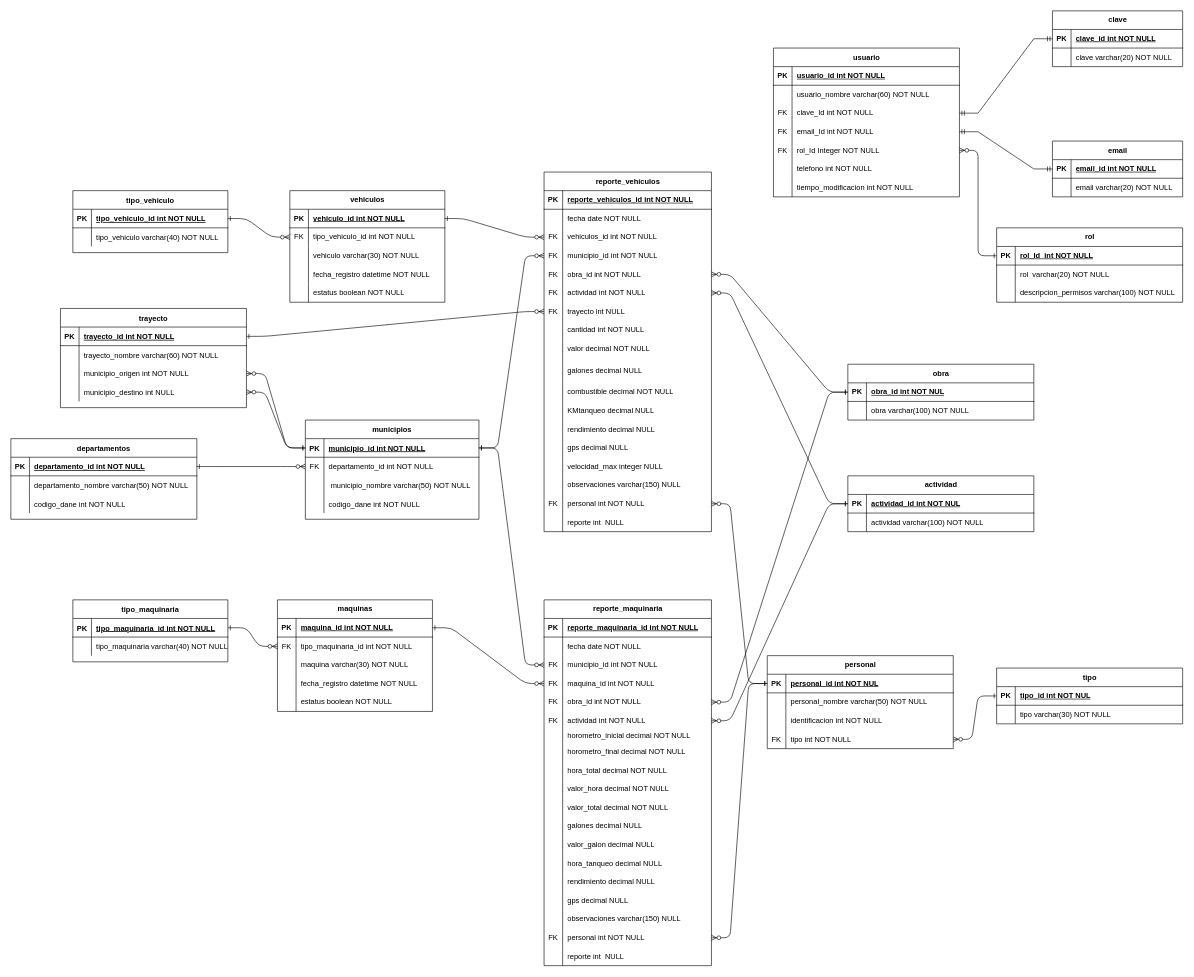
Earlier version of the draw.io diagram MER/gestionMaquinaria&Vehiculos.drawio (MasacradorM/Gestion-de-Maquinaria-y-Vehiculos). Source tidied: cells renumbered, new cells numbered last; positions are measured from the earlier drawing's top-left corner, leaving out a move shared by most shapes. Both pictures are drawn from the tidied source at 62%, with x=0, y=0 at pixel (11, 11).
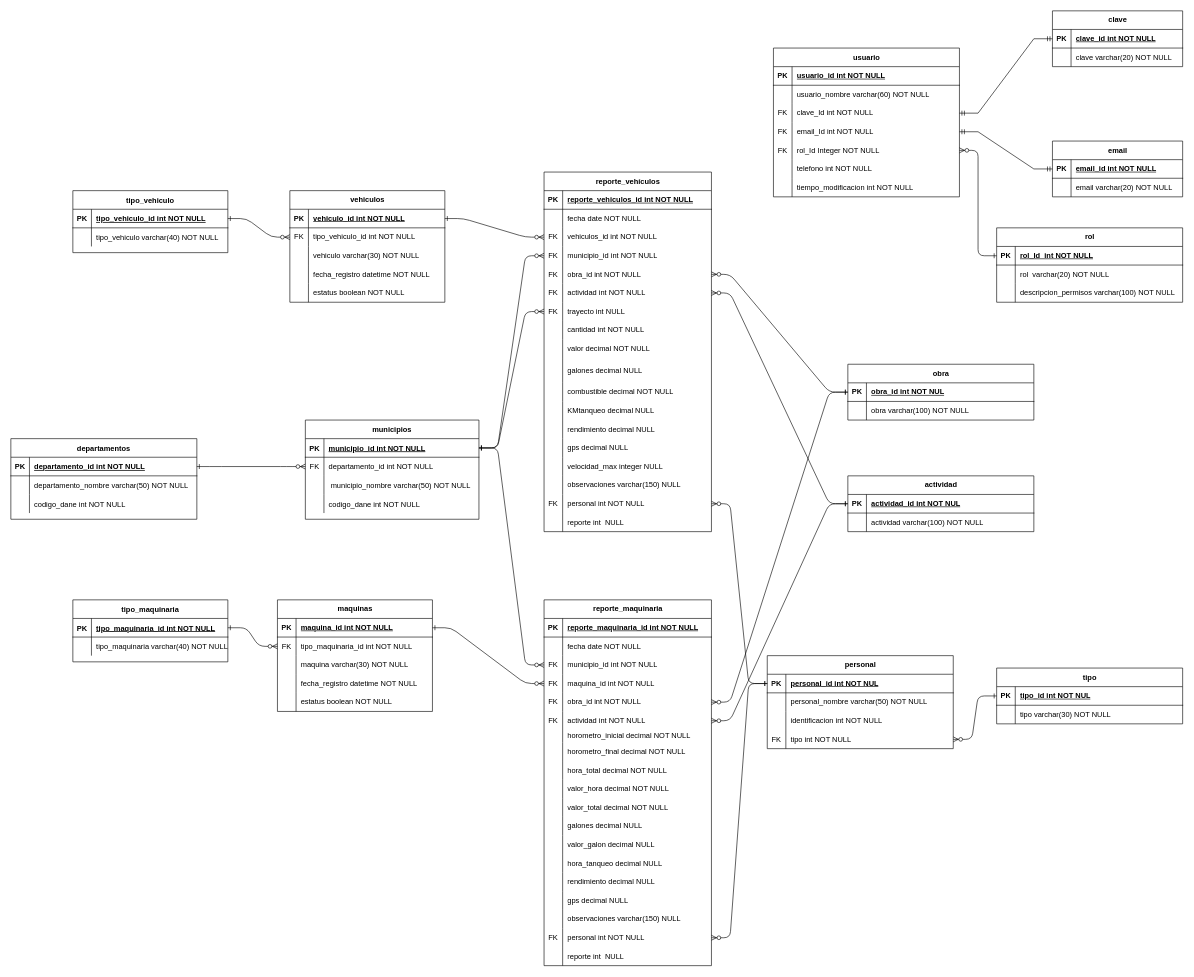
After the change.

Unchanged cells that the change refers to:
```xml
<mxCell id="5" style="shape=partialRectangle;fillColor=none;points=[[0,0.5],[1,0.5]];portConstraint=eastwest;top=0;left=0;right=0;bottom=1;" parent="4" vertex="1">
  <mxGeometry y="30" width="280" height="30" as="geometry" />
</mxCell>
<mxCell id="129" style="shape=tableRow;horizontal=0;startSize=0;swimlaneHead=0;swimlaneBody=0;fillColor=none;points=[[0,0.5],[1,0.5]];portConstraint=eastwest;top=0;left=0;right=0;bottom=0;" parent="110" vertex="1">
  <mxGeometry y="210" width="270" height="30" as="geometry" />
</mxCell>
```

The edit, as a diff of the source:
```diff
@@
-    <mxCell id="251" value="trayecto" style="shape=table;startSize=30;childLayout=tableLayout;rowLines=0;fontStyle=1;align=center;" parent="1" vertex="1">
-      <mxGeometry x="80" y="480" width="300" height="160" as="geometry" />
-    </mxCell>
-    <mxCell id="252" style="shape=partialRectangle;fillColor=none;points=[[0,0.5],[1,0.5]];portConstraint=eastwest;top=0;left=0;right=0;bottom=1;" parent="251" vertex="1">
-      <mxGeometry y="30" width="300" height="30" as="geometry" />
-    </mxCell>
-    <mxCell id="253" value="PK" style="shape=partialRectangle;overflow=hidden;fillColor=none;top=0;left=0;bottom=0;right=0;fontStyle=1;" parent="252" vertex="1">
-      <mxGeometry width="30" height="30" as="geometry" />
-    </mxCell>
-    <mxCell id="254" value="trayecto_id int NOT NULL " style="shape=partialRectangle;overflow=hidden;fillColor=none;top=0;left=0;bottom=0;right=0;align=left;spacingLeft=6;fontStyle=5;" parent="252" vertex="1">
-      <mxGeometry x="30" width="270" height="30" as="geometry" />
-    </mxCell>
-    <mxCell id="255" style="shape=partialRectangle;fillColor=none;top=0;left=0;right=0;bottom=0;" parent="251" vertex="1">
-      <mxGeometry y="60" width="300" height="30" as="geometry" />
-    </mxCell>
-    <mxCell id="256" style="shape=partialRectangle;overflow=hidden;fillColor=none;top=0;left=0;bottom=0;right=0;" parent="255" vertex="1">
-      <mxGeometry width="30" height="30" as="geometry" />
-    </mxCell>
-    <mxCell id="257" value="trayecto_nombre varchar(60) NOT NULL" style="shape=partialRectangle;overflow=hidden;fillColor=none;top=0;left=0;bottom=0;right=0;align=left;spacingLeft=6;" parent="255" vertex="1">
-      <mxGeometry x="30" width="270" height="30" as="geometry" />
-    </mxCell>
-    <mxCell id="258" style="shape=partialRectangle;fillColor=none;points=[[0,0.5],[1,0.5]];portConstraint=eastwest;top=0;left=0;right=0;bottom=0;" parent="251" vertex="1">
-      <mxGeometry y="90" width="300" height="30" as="geometry" />
-    </mxCell>
-    <mxCell id="259" style="shape=partialRectangle;overflow=hidden;fillColor=none;top=0;left=0;bottom=0;right=0;" parent="258" vertex="1">
-      <mxGeometry width="30" height="30" as="geometry" />
-    </mxCell>
-    <mxCell id="260" value="municipio_origen int NOT NULL" style="shape=partialRectangle;overflow=hidden;fillColor=none;top=0;left=0;bottom=0;right=0;align=left;spacingLeft=6;" parent="258" vertex="1">
-      <mxGeometry x="30" width="270" height="30" as="geometry" />
-    </mxCell>
-    <mxCell id="261" style="shape=partialRectangle;fillColor=none;points=[[0,0.5],[1,0.5]];portConstraint=eastwest;top=0;left=0;right=0;bottom=0;" parent="251" vertex="1">
-      <mxGeometry y="120" width="300" height="30" as="geometry" />
-    </mxCell>
-    <mxCell id="262" style="shape=partialRectangle;overflow=hidden;fillColor=none;top=0;left=0;bottom=0;right=0;" parent="261" vertex="1">
-      <mxGeometry width="30" height="30" as="geometry" />
-    </mxCell>
-    <mxCell id="263" value="municipio_destino int NULL" style="shape=partialRectangle;overflow=hidden;fillColor=none;top=0;left=0;bottom=0;right=0;align=left;spacingLeft=6;" parent="261" vertex="1">
-      <mxGeometry x="30" width="270" height="30" as="geometry" />
-    </mxCell>
-    <mxCell id="264" style="edgeStyle=entityRelationEdgeStyle;endArrow=ERzeroToMany;startArrow=ERone;endFill=1;startFill=0;entryX=1;entryY=0.5;entryDx=0;entryDy=0;" parent="1" edge="1" source="5" target="258">
-      <mxGeometry relative="1" as="geometry">
-        <Array as="points">
-          <mxPoint x="390" y="550" />
-        </Array>
-      </mxGeometry>
-    </mxCell>
-    <mxCell id="265" style="edgeStyle=entityRelationEdgeStyle;endArrow=ERzeroToMany;startArrow=ERone;endFill=1;startFill=0;entryX=1;entryY=0.5;entryDx=0;entryDy=0;exitX=0;exitY=0.5;exitDx=0;exitDy=0;" parent="1" edge="1" source="5" target="261">
+    <mxCell id="265" style="edgeStyle=entityRelationEdgeStyle;endArrow=ERzeroToMany;startArrow=ERone;endFill=1;startFill=0;" parent="1" edge="1" source="5" target="129">
       <mxGeometry relative="1" as="geometry">
         <Array as="points">
           <mxPoint x="400" y="560" />
         </Array>
       </mxGeometry>
     </mxCell>
-    <mxCell id="266" style="edgeStyle=entityRelationEdgeStyle;endArrow=ERzeroToMany;startArrow=ERone;endFill=1;startFill=0;" parent="1" edge="1" source="252" target="129">
-      <mxGeometry relative="1" as="geometry">
-        <Array as="points">
-          <mxPoint x="610" y="465" />
-        </Array>
-      </mxGeometry>
-    </mxCell>
```
